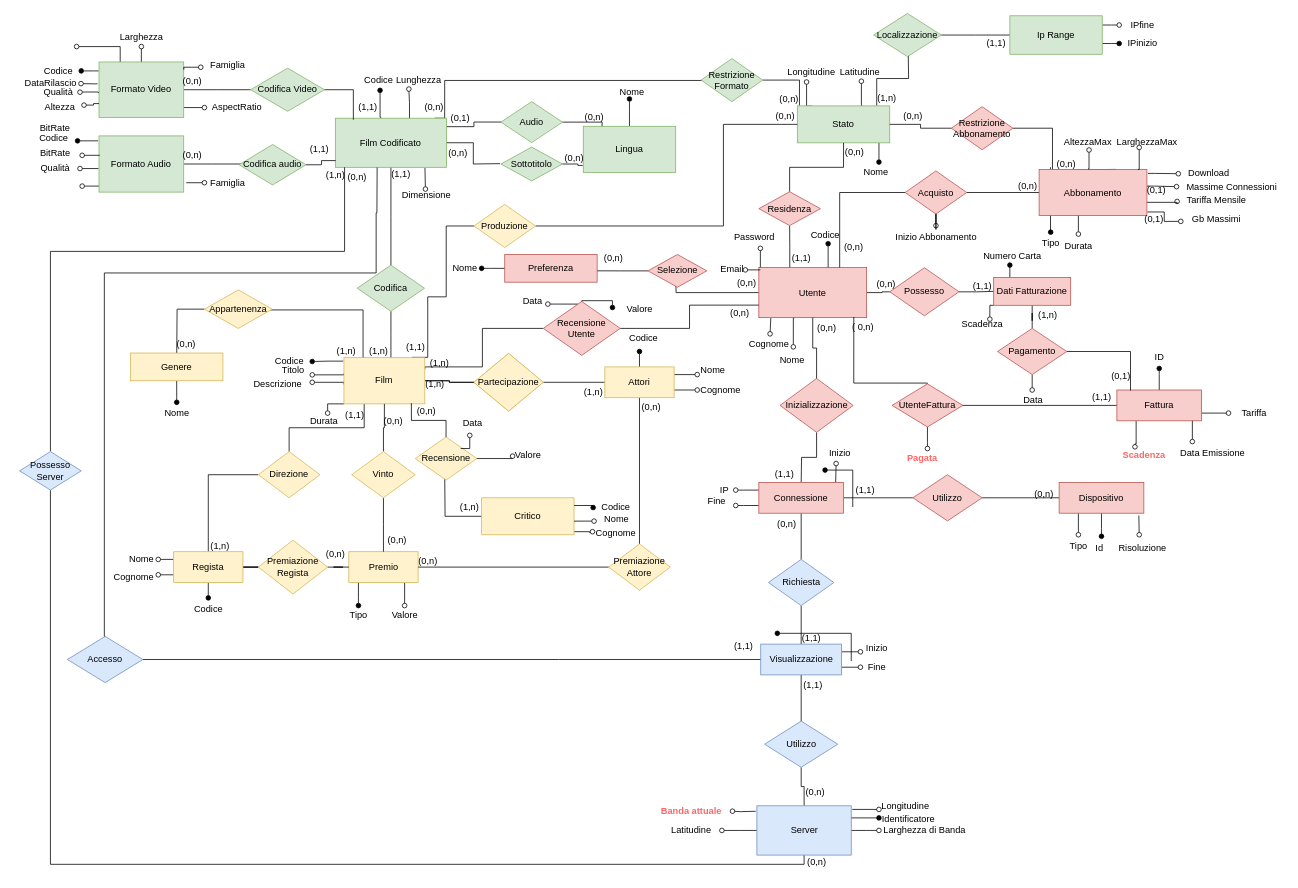
Above: ER ristrutturato final(2).drawio in LGranucci/FilmSphere (draw.io), before the change. Source tidied: cells renumbered, new cells numbered last; positions are measured from the earlier drawing's top-left corner, leaving out a move shared by most shapes. Both pictures are drawn from the tidied source at 77%, with x=0, y=0 at pixel (13, 13).
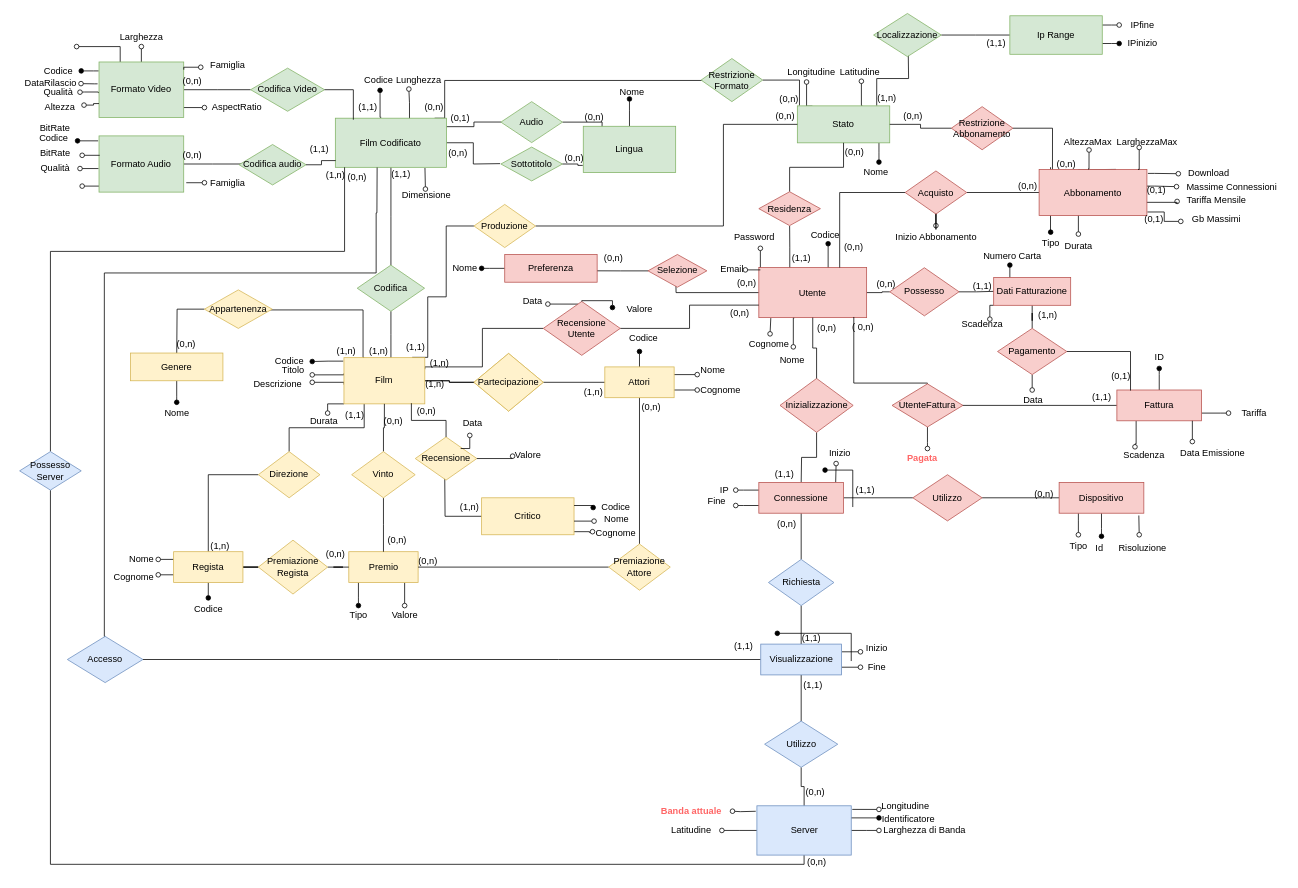
Above is the later version.

The edit, as a diff of the source:
```diff
@@
-    <mxCell id="196" value="&lt;b&gt;&lt;font color=&quot;#ff6666&quot;&gt;Scadenza&lt;/font&gt;&lt;/b&gt;" style="text;html=1;align=center;verticalAlign=middle;points=[];strokeColor=none;fillColor=none;" parent="1" vertex="1">
+    <mxCell id="196" value="Scadenza" style="text;html=1;align=center;verticalAlign=middle;points=[];strokeColor=none;fillColor=none;" parent="1" vertex="1">
       <mxGeometry x="1426" y="562" width="84" height="24" as="geometry" />
     </mxCell>
```
